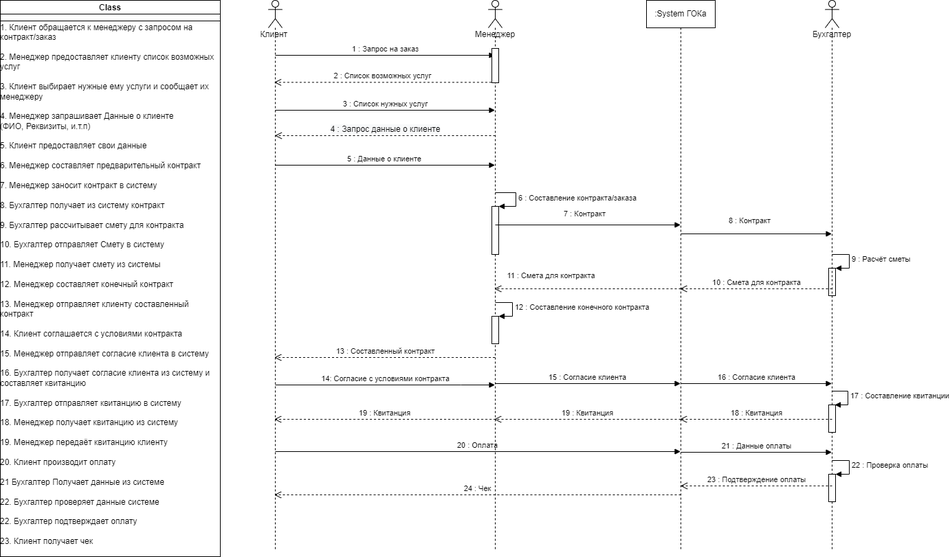
The draw.io diagram InteractionDiagram.drawio.png in Awftf/UML, before a commit. Source tidied: cells renumbered, new cells last; positions are measured from the earlier drawing's top-left corner, leaving out a move shared by most shapes.
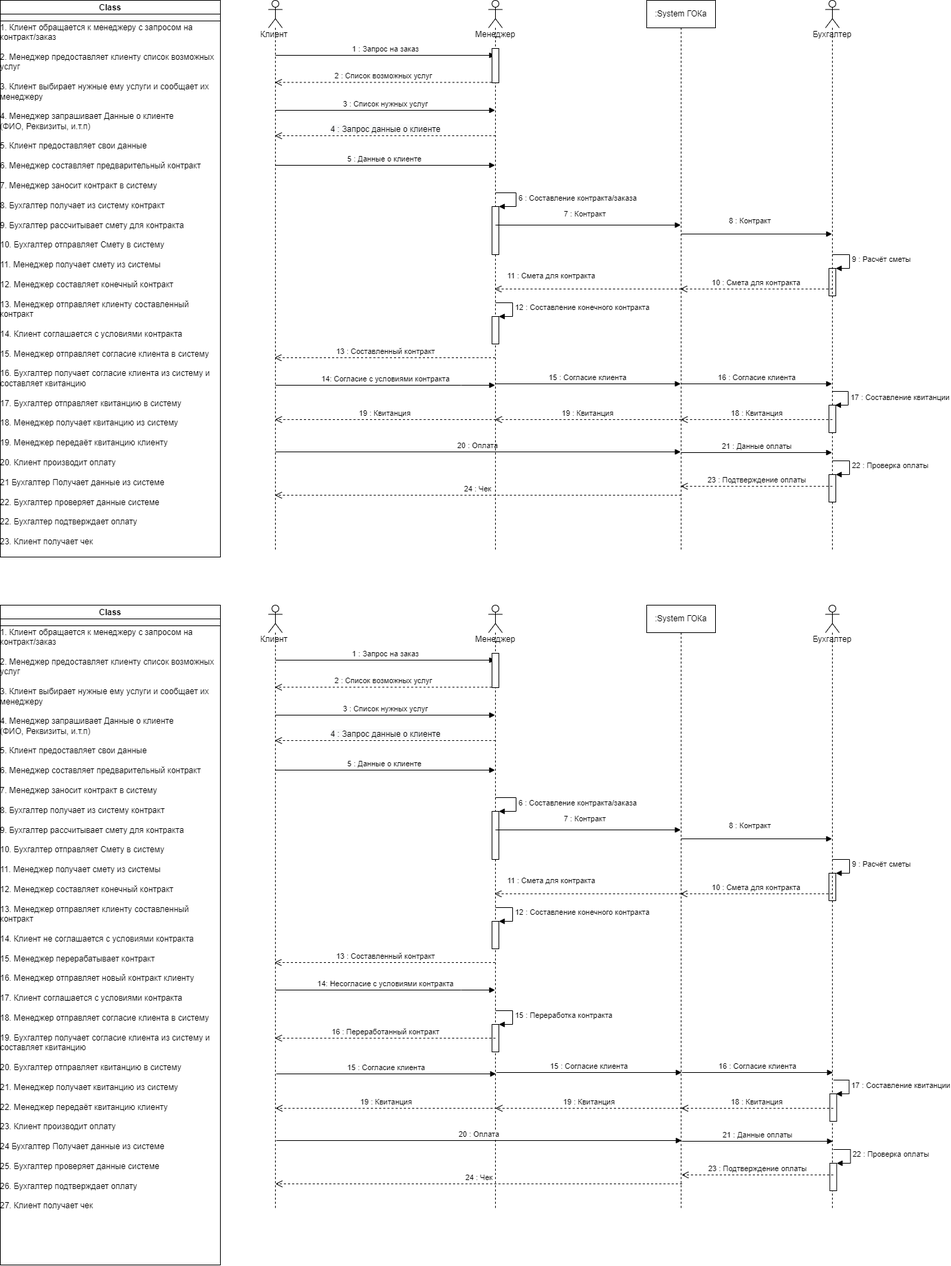
Above is the later version.

Change to the diagram source:
```diff
@@ -199,5 +199,229 @@
         <mxPoint x="990" y="720" as="sourcePoint" />
       </mxGeometry>
     </mxCell>
+    <mxCell id="39" value="Клиент&amp;nbsp;" style="shape=umlLifeline;participant=umlActor;perimeter=lifelinePerimeter;whiteSpace=wrap;html=1;verticalAlign=top;spacingTop=36;outlineConnect=0;" parent="1" vertex="1">
+      <mxGeometry x="390" y="880" width="20" height="880" as="geometry" />
+    </mxCell>
+    <mxCell id="40" value="3 : Список нужных услуг" style="html=1;verticalAlign=bottom;endArrow=block;rounded=0;" parent="39" edge="1" target="43">
+      <mxGeometry relative="1" as="geometry">
+        <mxPoint x="10" y="160" as="sourcePoint" />
+      </mxGeometry>
+    </mxCell>
+    <mxCell id="41" value="1 : Запрос на заказ" style="html=1;verticalAlign=bottom;endArrow=block;rounded=0;" parent="39" edge="1" target="43">
+      <mxGeometry relative="1" as="geometry">
+        <mxPoint x="10" y="80" as="sourcePoint" />
+      </mxGeometry>
+    </mxCell>
+    <mxCell id="42" value="5 : Данные о клиенте&amp;nbsp;" style="html=1;verticalAlign=bottom;endArrow=block;rounded=0;" parent="39" edge="1" target="43">
+      <mxGeometry relative="1" as="geometry">
+        <mxPoint x="10" y="240" as="sourcePoint" />
+      </mxGeometry>
+    </mxCell>
+    <mxCell id="43" value="Менеджер&lt;br&gt;" style="shape=umlLifeline;participant=umlActor;perimeter=lifelinePerimeter;whiteSpace=wrap;html=1;verticalAlign=top;spacingTop=36;outlineConnect=0;" parent="1" vertex="1">
+      <mxGeometry x="710" y="880" width="20" height="880" as="geometry" />
+    </mxCell>
+    <mxCell id="44" style="html=1;points=[];perimeter=orthogonalPerimeter;" parent="43" vertex="1">
+      <mxGeometry x="5" y="70" width="10" height="50" as="geometry" />
+    </mxCell>
+    <mxCell id="45" style="html=1;points=[];perimeter=orthogonalPerimeter;" parent="43" vertex="1">
+      <mxGeometry x="5" y="300" width="10" height="70" as="geometry" />
+    </mxCell>
+    <mxCell id="46" value="6 : Составление контракта/заказа" style="edgeStyle=orthogonalEdgeStyle;html=1;align=left;spacingLeft=2;endArrow=block;rounded=0;entryX=1;entryY=0;" parent="43" edge="1" target="45">
+      <mxGeometry relative="1" as="geometry">
+        <mxPoint x="10" y="280" as="sourcePoint" />
+        <Array as="points">
+          <mxPoint x="40" y="280" />
+        </Array>
+      </mxGeometry>
+    </mxCell>
+    <mxCell id="47" value="7 : Контракт" style="html=1;verticalAlign=bottom;endArrow=block;rounded=0;" parent="43" edge="1">
+      <mxGeometry x="-0.04" y="7" relative="1" as="geometry">
+        <mxPoint x="10" y="327" as="sourcePoint" />
+        <mxPoint x="279.5" y="327" as="targetPoint" />
+      </mxGeometry>
+    </mxCell>
+    <mxCell id="48" style="html=1;points=[];perimeter=orthogonalPerimeter;" parent="43" vertex="1">
+      <mxGeometry x="5" y="460" width="10" height="40" as="geometry" />
+    </mxCell>
+    <mxCell id="49" value="12 : Составление конечного контракта&amp;nbsp;" style="edgeStyle=orthogonalEdgeStyle;html=1;align=left;spacingLeft=2;endArrow=block;rounded=0;entryX=1;entryY=0;" parent="43" edge="1" target="48">
+      <mxGeometry relative="1" as="geometry">
+        <mxPoint x="10" y="440" as="sourcePoint" />
+        <Array as="points">
+          <mxPoint x="35" y="440" />
+        </Array>
+      </mxGeometry>
+    </mxCell>
+    <mxCell id="50" value="8 : Контракт" style="html=1;verticalAlign=bottom;endArrow=block;rounded=0;" parent="43" edge="1">
+      <mxGeometry x="-0.09" y="10" relative="1" as="geometry">
+        <mxPoint x="280" y="340" as="sourcePoint" />
+        <mxPoint x="499.5" y="340" as="targetPoint" />
+      </mxGeometry>
+    </mxCell>
+    <mxCell id="51" style="html=1;points=[];perimeter=orthogonalPerimeter;" parent="43" vertex="1">
+      <mxGeometry x="495" y="390" width="10" height="40" as="geometry" />
+    </mxCell>
+    <mxCell id="52" value="9 : Расчёт сметы" style="edgeStyle=orthogonalEdgeStyle;html=1;align=left;spacingLeft=2;endArrow=block;rounded=0;entryX=1;entryY=0;" parent="43" edge="1" target="51">
+      <mxGeometry relative="1" as="geometry">
+        <mxPoint x="500" y="370" as="sourcePoint" />
+        <Array as="points">
+          <mxPoint x="525" y="370" />
+        </Array>
+      </mxGeometry>
+    </mxCell>
+    <mxCell id="53" value="10 : Смета для контракта" style="html=1;verticalAlign=bottom;endArrow=open;dashed=1;endSize=8;rounded=0;" parent="43" edge="1">
+      <mxGeometry relative="1" as="geometry">
+        <mxPoint x="500" y="420" as="sourcePoint" />
+        <mxPoint x="278.7" y="420" as="targetPoint" />
+      </mxGeometry>
+    </mxCell>
+    <mxCell id="54" value="11 : Смета для контракта" style="html=1;verticalAlign=bottom;endArrow=open;dashed=1;endSize=8;rounded=0;" parent="43" edge="1">
+      <mxGeometry x="0.4" y="-10" relative="1" as="geometry">
+        <mxPoint x="280" y="420" as="sourcePoint" />
+        <mxPoint x="8.7" y="420" as="targetPoint" />
+        <mxPoint x="1" as="offset" />
+      </mxGeometry>
+    </mxCell>
+    <mxCell id="55" style="html=1;points=[];perimeter=orthogonalPerimeter;" parent="43" vertex="1">
+      <mxGeometry x="5" y="610" width="10" height="40" as="geometry" />
+    </mxCell>
+    <mxCell id="56" value="15 : Переработка контракта&amp;nbsp;" style="edgeStyle=orthogonalEdgeStyle;html=1;align=left;spacingLeft=2;endArrow=block;rounded=0;entryX=1;entryY=0;" parent="43" edge="1" target="55">
+      <mxGeometry relative="1" as="geometry">
+        <mxPoint x="10" y="590" as="sourcePoint" />
+        <Array as="points">
+          <mxPoint x="35" y="590" />
+        </Array>
+      </mxGeometry>
+    </mxCell>
+    <mxCell id="57" value="&lt;p style=&quot;margin: 0px ; margin-top: 4px ; text-align: center&quot;&gt;&lt;b&gt;Class&lt;/b&gt;&lt;/p&gt;&lt;br&gt;1. Клиент обращается к менеджеру с запросом на &lt;br&gt;контракт/заказ&lt;br&gt;&lt;br&gt;2. Менеджер предоставляет клиенту список возможных&lt;br&gt;услуг&lt;br&gt;&lt;br&gt;3. Клиент выбирает нужные ему услуги и сообщает их&lt;br&gt;менеджеру&lt;br&gt;&lt;br&gt;4. Менеджер запрашивает Данные о клиенте&lt;br&gt;(ФИО, Реквизиты, и.т.п)&lt;br&gt;&lt;br&gt;5. Клиент предоставляет свои данные&lt;br&gt;&lt;br&gt;6. Менеджер составляет предварительный контракт&lt;br&gt;&lt;br&gt;7. Менеджер заносит контракт в систему&lt;br&gt;&lt;br&gt;8. Бухгалтер получает из систему контракт&lt;br&gt;&lt;br&gt;9. Бухгалтер рассчитывает смету для контракта&amp;nbsp;&lt;br&gt;&lt;br&gt;10. Бухгалтер отправляет Смету в систему&lt;br&gt;&lt;br&gt;11. Менеджер получает смету из системы&amp;nbsp;&lt;br&gt;&lt;br&gt;12. Менеджер составляет конечный контракт&amp;nbsp;&lt;br&gt;&lt;br&gt;13. Менеджер отправляет клиенту составленный&lt;br&gt;контракт&lt;br&gt;&lt;br&gt;14. Клиент не соглашается с условиями контракта&lt;br&gt;&lt;br&gt;15. Менеджер перерабатывает контракт&lt;br&gt;&lt;br&gt;16. Менеджер отправляет новый контракт клиенту&lt;br&gt;&lt;br&gt;17. Клиент соглашается с условиями контракта&lt;br&gt;&lt;br&gt;18. Менеджер отправляет согласие клиента в систему&lt;br&gt;&lt;br&gt;19. Бухгалтер получает согласие клиента из систему и&amp;nbsp;&lt;br&gt;составляет квитанцию&amp;nbsp;&lt;br&gt;&lt;br&gt;20. Бухгалтер отправляет квитанцию в систему&lt;br&gt;&lt;br&gt;21. Менеджер получает квитанцию из систему&lt;br&gt;&lt;br&gt;22. Менеджер передаёт квитанцию клиенту&lt;br&gt;&lt;br&gt;23. Клиент производит оплату&amp;nbsp;&lt;br&gt;&lt;br&gt;24 Бухгалтер Получает данные из системе&lt;br&gt;&lt;br&gt;25. Бухгалтер проверяет данные системе&amp;nbsp;&lt;br&gt;&lt;br&gt;26. Бухгалтер подтверждает оплату&lt;br&gt;&lt;br&gt;27. Клиент получает чек" style="verticalAlign=top;align=left;overflow=fill;fontSize=12;fontFamily=Helvetica;html=1;" parent="1" vertex="1">
+      <mxGeometry y="880" width="320" height="960" as="geometry" />
+    </mxCell>
+    <mxCell id="58" style="rounded=0;whiteSpace=wrap;html=1;" parent="1" vertex="1">
+      <mxGeometry y="900" width="320" height="10" as="geometry" />
+    </mxCell>
+    <mxCell id="59" value="2 : Список возможных услуг" style="html=1;verticalAlign=bottom;endArrow=open;dashed=1;endSize=8;rounded=0;exitX=-0.06;exitY=0.988;exitDx=0;exitDy=0;exitPerimeter=0;" parent="1" edge="1" source="44" target="39">
+      <mxGeometry relative="1" as="geometry" />
+    </mxCell>
+    <mxCell id="60" value=":System ГОКа" style="shape=umlLifeline;perimeter=lifelinePerimeter;whiteSpace=wrap;html=1;" parent="1" vertex="1">
+      <mxGeometry x="940" y="880" width="100" height="880" as="geometry" />
+    </mxCell>
+    <mxCell id="61" value="Бухгалтер&lt;br&gt;" style="shape=umlLifeline;participant=umlActor;perimeter=lifelinePerimeter;whiteSpace=wrap;html=1;verticalAlign=top;spacingTop=36;" parent="1" vertex="1">
+      <mxGeometry x="1200" y="880" width="20" height="880" as="geometry" />
+    </mxCell>
+    <mxCell id="62" value="&lt;span style=&quot;font-size: 12px ; text-align: left ; background-color: rgb(248 , 249 , 250)&quot;&gt;4 : Запрос данные о клиенте&lt;/span&gt;" style="html=1;verticalAlign=bottom;endArrow=open;dashed=1;endSize=8;rounded=0;" parent="1" edge="1">
+      <mxGeometry relative="1" as="geometry">
+        <mxPoint x="720" y="1077" as="sourcePoint" />
+        <mxPoint x="399.3" y="1077" as="targetPoint" />
+        <Array as="points">
+          <mxPoint x="640" y="1077" />
+        </Array>
+      </mxGeometry>
+    </mxCell>
+    <mxCell id="63" value="13 : Составленный контракт" style="html=1;verticalAlign=bottom;endArrow=open;dashed=1;endSize=8;rounded=0;" parent="1" edge="1">
+      <mxGeometry relative="1" as="geometry">
+        <mxPoint x="719.5" y="1400" as="sourcePoint" />
+        <mxPoint x="398.7" y="1400" as="targetPoint" />
+        <Array as="points">
+          <mxPoint x="690" y="1400" />
+        </Array>
+      </mxGeometry>
+    </mxCell>
+    <mxCell id="64" value="20 : Оплата" style="html=1;verticalAlign=bottom;endArrow=block;rounded=0;" parent="1" edge="1">
+      <mxGeometry relative="1" as="geometry">
+        <mxPoint x="401.3" y="1659" as="sourcePoint" />
+        <mxPoint x="990.8" y="1659" as="targetPoint" />
+      </mxGeometry>
+    </mxCell>
+    <mxCell id="65" value="15 : Согласие клиента" style="html=1;verticalAlign=bottom;endArrow=block;rounded=0;" parent="1" edge="1">
+      <mxGeometry relative="1" as="geometry">
+        <mxPoint x="721.3" y="1560" as="sourcePoint" />
+        <mxPoint x="990.8" y="1560" as="targetPoint" />
+      </mxGeometry>
+    </mxCell>
+    <mxCell id="66" value="16 : Согласие клиента" style="html=1;verticalAlign=bottom;endArrow=block;rounded=0;" parent="1" edge="1">
+      <mxGeometry relative="1" as="geometry">
+        <mxPoint x="991.3" y="1560" as="sourcePoint" />
+        <mxPoint x="1210.8" y="1560" as="targetPoint" />
+      </mxGeometry>
+    </mxCell>
+    <mxCell id="67" value="21 : Данные оплаты" style="html=1;verticalAlign=bottom;endArrow=block;rounded=0;" parent="1" edge="1">
+      <mxGeometry relative="1" as="geometry">
+        <mxPoint x="991.3" y="1660" as="sourcePoint" />
+        <mxPoint x="1210.8" y="1660" as="targetPoint" />
+      </mxGeometry>
+    </mxCell>
+    <mxCell id="68" style="html=1;perimeter=orthogonalPerimeter;" parent="1" vertex="1">
+      <mxGeometry x="1206.3" y="1591" width="10" height="40" as="geometry" />
+    </mxCell>
+    <mxCell id="69" value="17 : Составление квитанции" style="edgeStyle=orthogonalEdgeStyle;html=1;align=left;spacingLeft=2;endArrow=block;rounded=0;entryX=1;entryY=0;" parent="1" edge="1">
+      <mxGeometry relative="1" as="geometry">
+        <mxPoint x="1211.7" y="1571" as="sourcePoint" />
+        <mxPoint x="1215.3" y="1591" as="targetPoint" />
+        <Array as="points">
+          <mxPoint x="1234.3" y="1571" />
+          <mxPoint x="1234.3" y="1591" />
+        </Array>
+      </mxGeometry>
+    </mxCell>
+    <mxCell id="70" style="html=1;points=[];perimeter=orthogonalPerimeter;" parent="1" vertex="1">
+      <mxGeometry x="1206.3" y="1692" width="10" height="40" as="geometry" />
+    </mxCell>
+    <mxCell id="71" value="22 : Проверка оплаты" style="edgeStyle=orthogonalEdgeStyle;html=1;align=left;spacingLeft=2;endArrow=block;rounded=0;entryX=1;entryY=0;" parent="1" edge="1" target="70">
+      <mxGeometry relative="1" as="geometry">
+        <mxPoint x="1211.3" y="1672" as="sourcePoint" />
+        <Array as="points">
+          <mxPoint x="1236.3" y="1672" />
+        </Array>
+      </mxGeometry>
+    </mxCell>
+    <mxCell id="72" value="14: Несогласие с условиями контракта" style="html=1;verticalAlign=bottom;endArrow=block;rounded=0;" parent="1" edge="1">
+      <mxGeometry relative="1" as="geometry">
+        <mxPoint x="400" y="1440" as="sourcePoint" />
+        <mxPoint x="719.5" y="1440" as="targetPoint" />
+        <Array as="points">
+          <mxPoint x="670" y="1440" />
+        </Array>
+      </mxGeometry>
+    </mxCell>
+    <mxCell id="73" value="18 : Квитанция" style="html=1;verticalAlign=bottom;endArrow=open;dashed=1;endSize=8;rounded=0;" parent="1" edge="1">
+      <mxGeometry relative="1" as="geometry">
+        <mxPoint x="1211.3" y="1612" as="sourcePoint" />
+        <mxPoint x="990" y="1612" as="targetPoint" />
+      </mxGeometry>
+    </mxCell>
+    <mxCell id="74" value="19 : Квитанция" style="html=1;verticalAlign=bottom;endArrow=open;dashed=1;endSize=8;rounded=0;" parent="1" edge="1">
+      <mxGeometry relative="1" as="geometry">
+        <mxPoint x="991.3" y="1612" as="sourcePoint" />
+        <mxPoint x="720" y="1612" as="targetPoint" />
+      </mxGeometry>
+    </mxCell>
+    <mxCell id="75" value="19 : Квитанция" style="html=1;verticalAlign=bottom;endArrow=open;dashed=1;endSize=8;rounded=0;" parent="1" edge="1">
+      <mxGeometry relative="1" as="geometry">
+        <mxPoint x="721.9" y="1612" as="sourcePoint" />
+        <mxPoint x="400" y="1612" as="targetPoint" />
+      </mxGeometry>
+    </mxCell>
+    <mxCell id="76" value="23 : Подтверждение оплаты" style="html=1;verticalAlign=bottom;endArrow=open;dashed=1;endSize=8;rounded=0;" parent="1" edge="1">
+      <mxGeometry relative="1" as="geometry">
+        <mxPoint x="1211.3" y="1709" as="sourcePoint" />
+        <mxPoint x="990.7" y="1709" as="targetPoint" />
+      </mxGeometry>
+    </mxCell>
+    <mxCell id="77" value="24 : Чек" style="html=1;verticalAlign=bottom;endArrow=open;dashed=1;endSize=8;rounded=0;" parent="1" edge="1">
+      <mxGeometry relative="1" as="geometry">
+        <mxPoint x="991.3" y="1722" as="sourcePoint" />
+        <mxPoint x="400" y="1722" as="targetPoint" />
+      </mxGeometry>
+    </mxCell>
+    <mxCell id="78" value="16 : Переработанный контракт" style="html=1;verticalAlign=bottom;endArrow=open;dashed=1;endSize=8;rounded=0;" parent="1" edge="1" target="39">
+      <mxGeometry relative="1" as="geometry">
+        <mxPoint x="720" y="1510" as="sourcePoint" />
+      </mxGeometry>
+    </mxCell>
+    <mxCell id="79" value="15 : Согласие клиента" style="html=1;verticalAlign=bottom;endArrow=block;rounded=0;" parent="1" edge="1">
+      <mxGeometry relative="1" as="geometry">
+        <mxPoint x="401.3" y="1562" as="sourcePoint" />
+        <mxPoint x="720.8" y="1562" as="targetPoint" />
+      </mxGeometry>
+    </mxCell>
   </root>
 </mxGraphModel>
```
